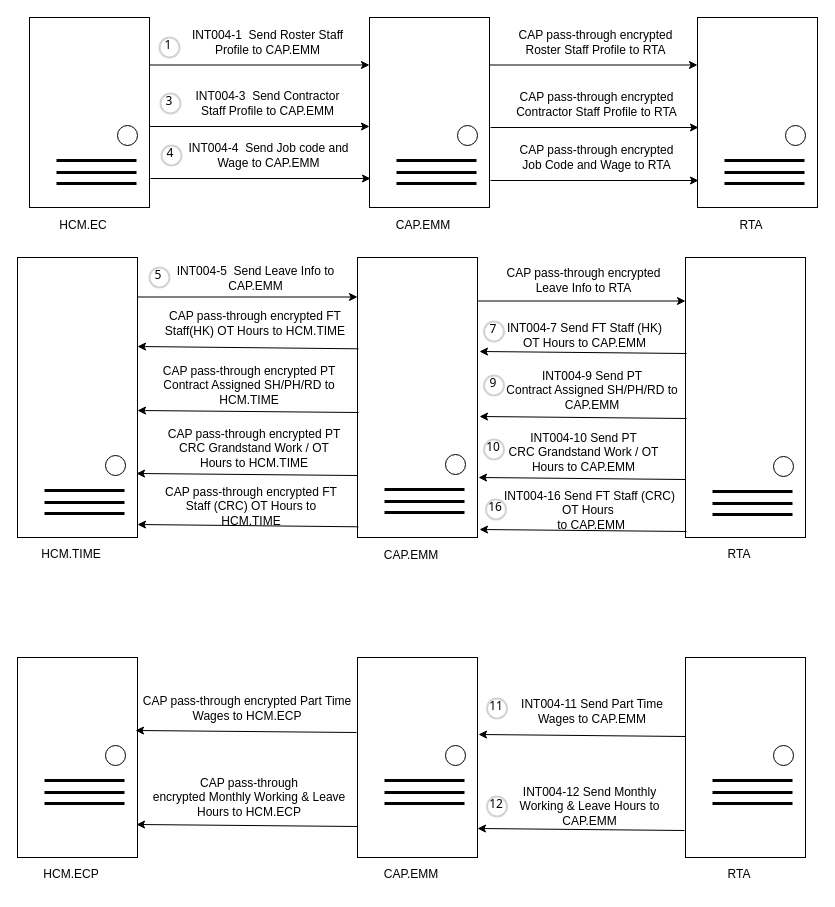
Earlier version of the draw.io diagram page "RTA" (16 of 19) of Untitled Diagram.drawio (wsxad234/flowchart). Source tidied: cells renumbered, new cells numbered last; positions are measured from the earlier drawing's top-left corner, leaving out a move shared by most shapes. Both pictures are drawn from the tidied source at 100%, with x=0, y=0 at pixel (17, 17).
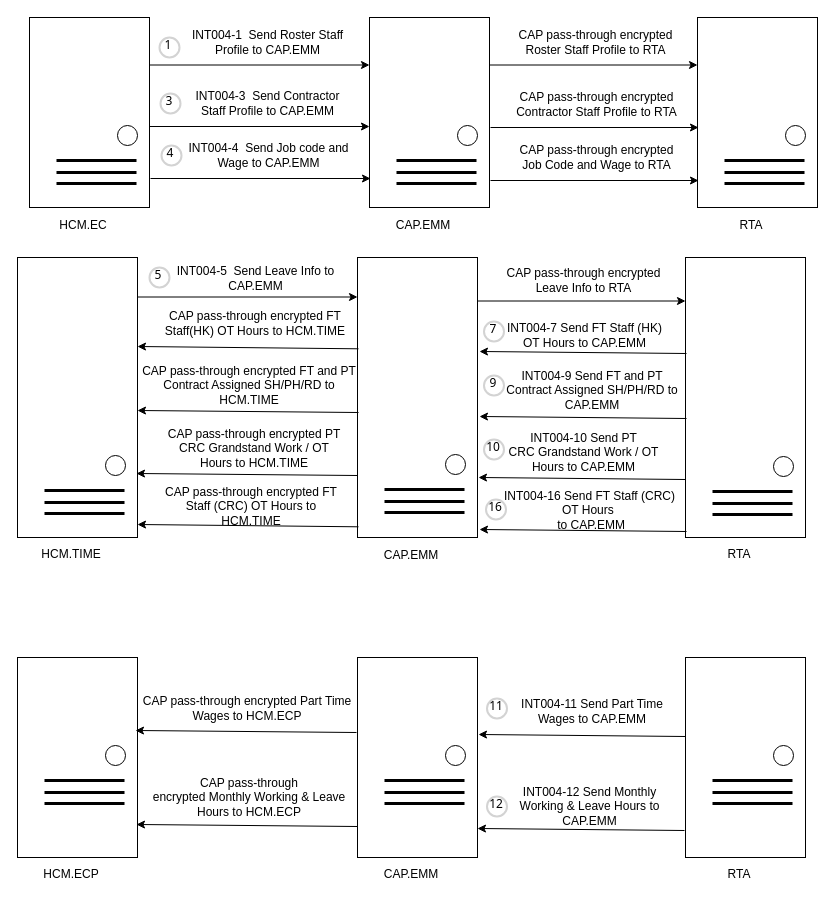
The same diagram, later.

Diff of the diagram source:
```diff
@@
-    <mxCell id="58" value="INT004-9 Send&amp;nbsp;PT&lt;br/&gt;Contract Assigned SH/PH/RD&lt;span style=&quot;background-color: initial;&quot;&gt;&amp;nbsp;to CAP.EMM&lt;/span&gt;" style="text;html=1;strokeColor=none;fillColor=none;align=center;verticalAlign=middle;whiteSpace=wrap;rounded=0;" parent="1" vertex="1">
+    <mxCell id="58" value="INT004-9 Send FT and PT&lt;br&gt;Contract Assigned SH/PH/RD&lt;span style=&quot;background-color: initial;&quot;&gt;&amp;nbsp;to CAP.EMM&lt;/span&gt;" style="text;html=1;strokeColor=none;fillColor=none;align=center;verticalAlign=middle;whiteSpace=wrap;rounded=0;" parent="1" vertex="1">
       <mxGeometry x="483.5" y="353" width="181.5" height="40" as="geometry" />
     </mxCell>
-    <mxCell id="59" value="CAP pass-through encrypted&amp;nbsp;PT&lt;br&gt;Contract Assigned SH/PH/RD&lt;span style=&quot;background-color: initial;&quot;&gt;&amp;nbsp;to HCM.TIME&lt;/span&gt;" style="text;html=1;strokeColor=none;fillColor=none;align=center;verticalAlign=middle;whiteSpace=wrap;rounded=0;" parent="1" vertex="1">
+    <mxCell id="59" value="CAP pass-through encrypted FT and PT&lt;br&gt;Contract Assigned SH/PH/RD&lt;span style=&quot;background-color: initial;&quot;&gt;&amp;nbsp;to HCM.TIME&lt;/span&gt;" style="text;html=1;strokeColor=none;fillColor=none;align=center;verticalAlign=middle;whiteSpace=wrap;rounded=0;" parent="1" vertex="1">
       <mxGeometry x="122" y="348" width="220" height="40" as="geometry" />
     </mxCell>
```
